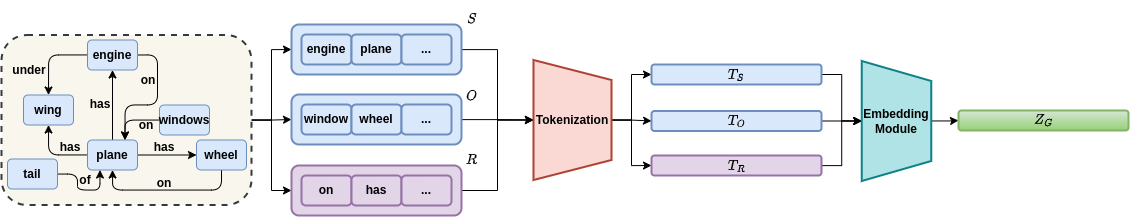
PDD0911-HCMUS/SG-Retrieval keeps this draw.io diagram as IMG/g3.png. Above is the earlier version. Source tidied: cells renumbered, new cells last; positions are measured from the earlier drawing's top-left corner, leaving out a move shared by most shapes.
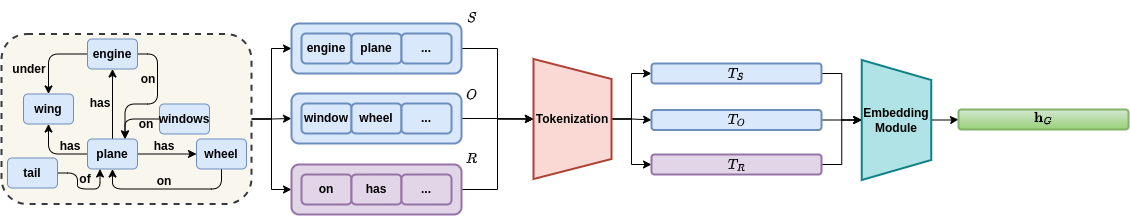
After the change.

Change to the diagram source:
```diff
@@ -192,8 +192,8 @@
     <mxCell id="63" style="rounded=1;whiteSpace=wrap;html=1;fillColor=#d5e8d4;strokeColor=#82b366;fontStyle=1;strokeWidth=2;gradientColor=#97d077;" parent="1" vertex="1">
       <mxGeometry x="957" y="106" width="170" height="20" as="geometry" />
     </mxCell>
-    <mxCell id="64" value="$$Z_G$$" style="text;html=1;align=center;verticalAlign=middle;strokeColor=none;fillColor=none;fontStyle=1;" parent="1" vertex="1">
-      <mxGeometry x="1007" y="100" width="70" height="30" as="geometry" />
+    <mxCell id="64" value="$$\textbf{h}_G$$" style="text;html=1;align=center;verticalAlign=middle;strokeColor=none;fillColor=none;fontStyle=1;" parent="1" vertex="1">
+      <mxGeometry x="987" y="100" width="110" height="30" as="geometry" />
     </mxCell>
   </root>
 </mxGraphModel>
```
